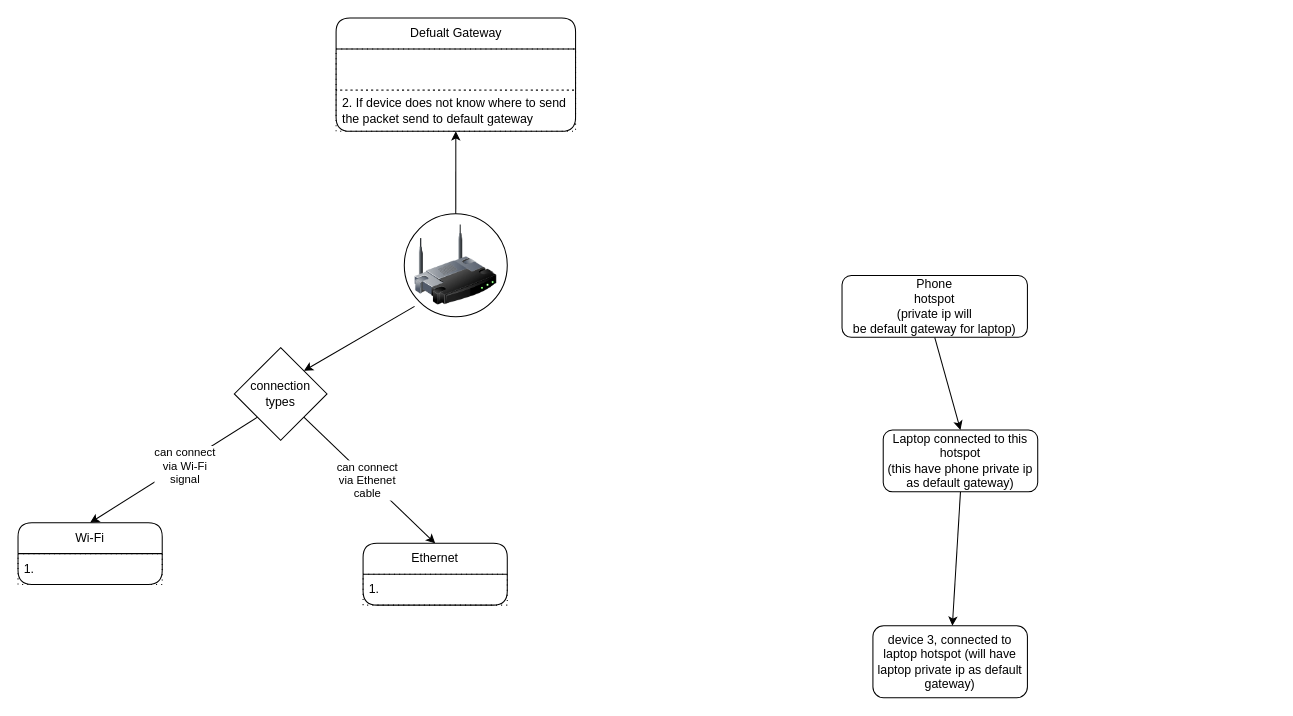
knkrn5/Programming-Concepts keeps this draw.io diagram as computer-networking/networking-devices/router/router.dio. Above is the earlier version. Source tidied: cells renumbered, new cells numbered last; positions are measured from the earlier drawing's top-left corner, leaving out a move shared by most shapes. Both pictures are drawn from the tidied source at 103%, with x=0, y=0 at pixel (18, 18).
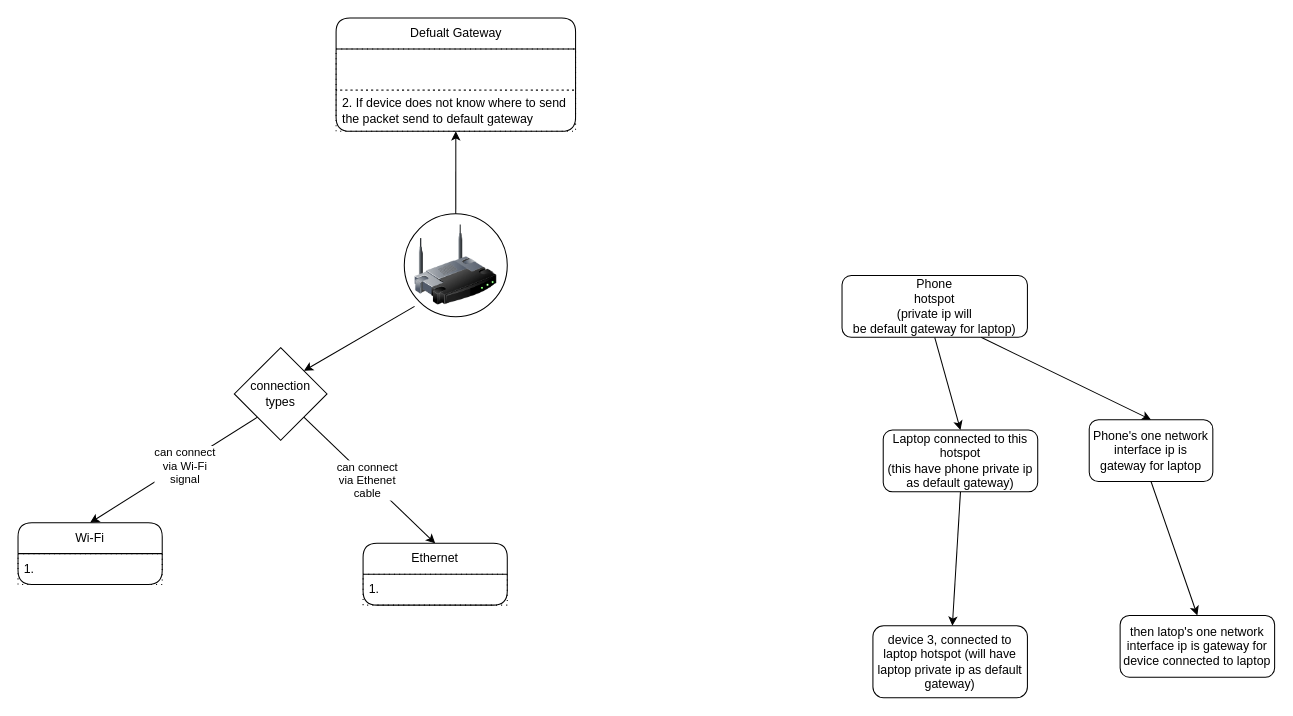
Above is the later version.

Unchanged cells that the change refers to:
```xml
<mxCell id="20" value="Phone&lt;div&gt;hotspot&lt;/div&gt;&lt;div&gt;(private ip will&lt;/div&gt;&lt;div&gt;be default gateway for laptop)&lt;/div&gt;" style="rounded=1;whiteSpace=wrap;html=1;" parent="1" vertex="1">
  <mxGeometry x="800" y="250" width="180" height="60" as="geometry" />
</mxCell>
```

Diff of the diagram source:
```diff
@@
+    <mxCell id="24" style="edgeStyle=none;html=1;exitX=0.75;exitY=1;exitDx=0;exitDy=0;entryX=0.5;entryY=0;entryDx=0;entryDy=0;" parent="1" edge="1" source="20" target="26">
+      <mxGeometry relative="1" as="geometry" />
+    </mxCell>
@@
+    <mxCell id="25" style="edgeStyle=none;html=1;exitX=0.5;exitY=1;exitDx=0;exitDy=0;entryX=0.5;entryY=0;entryDx=0;entryDy=0;" parent="1" edge="1" source="26" target="27">
+      <mxGeometry relative="1" as="geometry" />
+    </mxCell>
+    <mxCell id="26" value="Phone's one network interface ip is gateway for laptop" style="rounded=1;whiteSpace=wrap;html=1;" parent="1" vertex="1">
+      <mxGeometry x="1040" y="390" width="120" height="60" as="geometry" />
+    </mxCell>
+    <mxCell id="27" value="then latop's one network interface ip is gateway for device connected to laptop" style="rounded=1;whiteSpace=wrap;html=1;" parent="1" vertex="1">
+      <mxGeometry x="1070" y="580" width="150" height="60" as="geometry" />
+    </mxCell>
```
